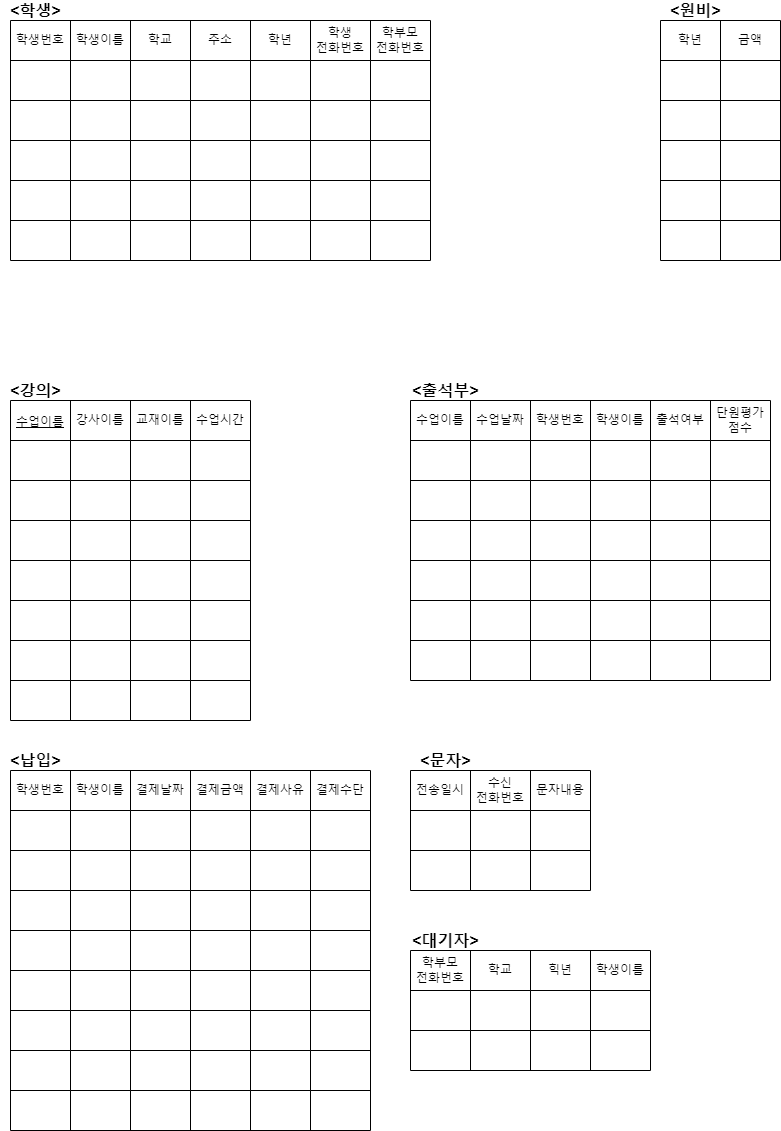
Before: 릴레이션 스키마Diagram.drawio.png, a diagram exported from draw.io (HYUUUNAKIM/DB_project). Source tidied: cells renumbered, new cells last; positions are measured from the earlier drawing's top-left corner, leaving out a move shared by most shapes.
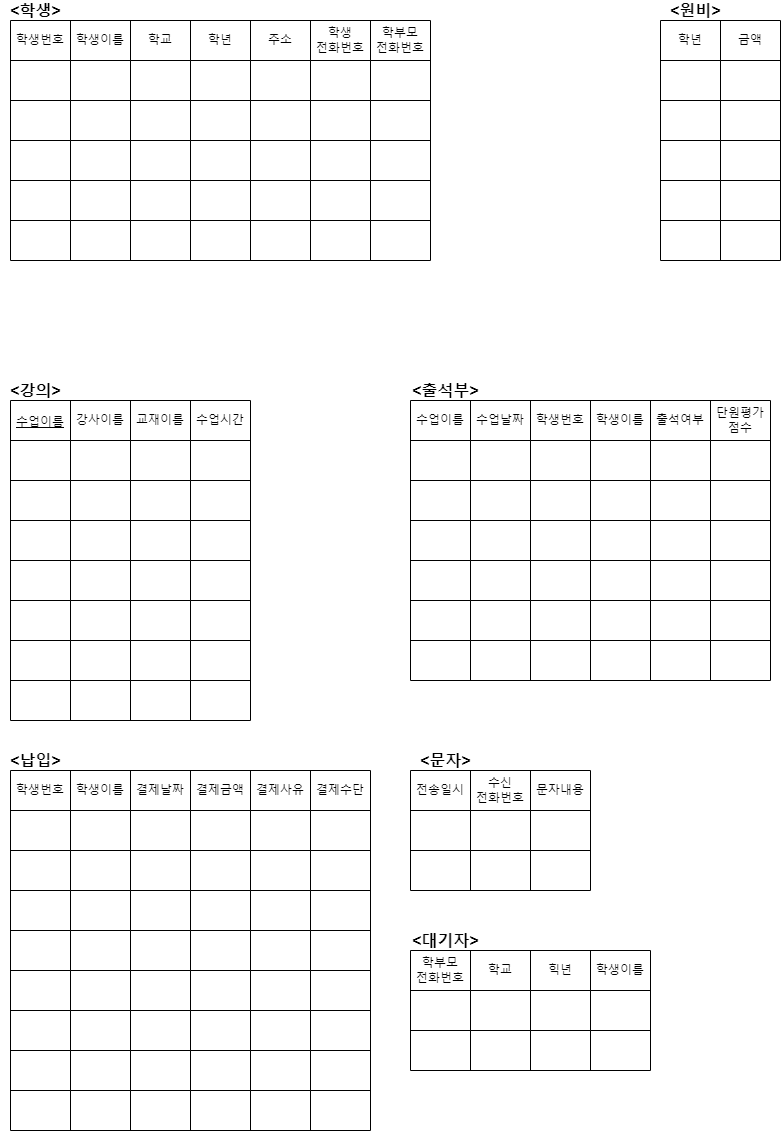
The same diagram one commit later.

Commit message:
Update 릴레이션 스키마Diagram.drawio.png

The edit, as a diff of the source:
```diff
@@ -647,10 +647,10 @@
     <mxCell id="216" value="학교" style="shape=partialRectangle;html=1;whiteSpace=wrap;overflow=hidden;fillColor=none;top=0;left=0;bottom=0;right=0;fontSize=12;" parent="213" vertex="1">
       <mxGeometry x="120" width="60" height="40" as="geometry" />
     </mxCell>
-    <mxCell id="217" value="주소" style="shape=partialRectangle;html=1;whiteSpace=wrap;overflow=hidden;fillColor=none;top=0;left=0;bottom=0;right=0;fontSize=12;" parent="213" vertex="1">
+    <mxCell id="217" value="학년" style="shape=partialRectangle;html=1;whiteSpace=wrap;overflow=hidden;fillColor=none;top=0;left=0;bottom=0;right=0;fontSize=12;" parent="213" vertex="1">
       <mxGeometry x="180" width="60" height="40" as="geometry" />
     </mxCell>
-    <mxCell id="218" value="학년" style="shape=partialRectangle;html=1;whiteSpace=wrap;overflow=hidden;fillColor=none;top=0;left=0;bottom=0;right=0;fontSize=12;" parent="213" vertex="1">
+    <mxCell id="218" value="주소" style="shape=partialRectangle;html=1;whiteSpace=wrap;overflow=hidden;fillColor=none;top=0;left=0;bottom=0;right=0;fontSize=12;" parent="213" vertex="1">
       <mxGeometry x="240" width="60" height="40" as="geometry" />
     </mxCell>
     <mxCell id="219" value="학생&lt;br&gt;전화번호" style="shape=partialRectangle;html=1;whiteSpace=wrap;overflow=hidden;fillColor=none;top=0;left=0;bottom=0;right=0;fontSize=12;" parent="213" vertex="1">
```
